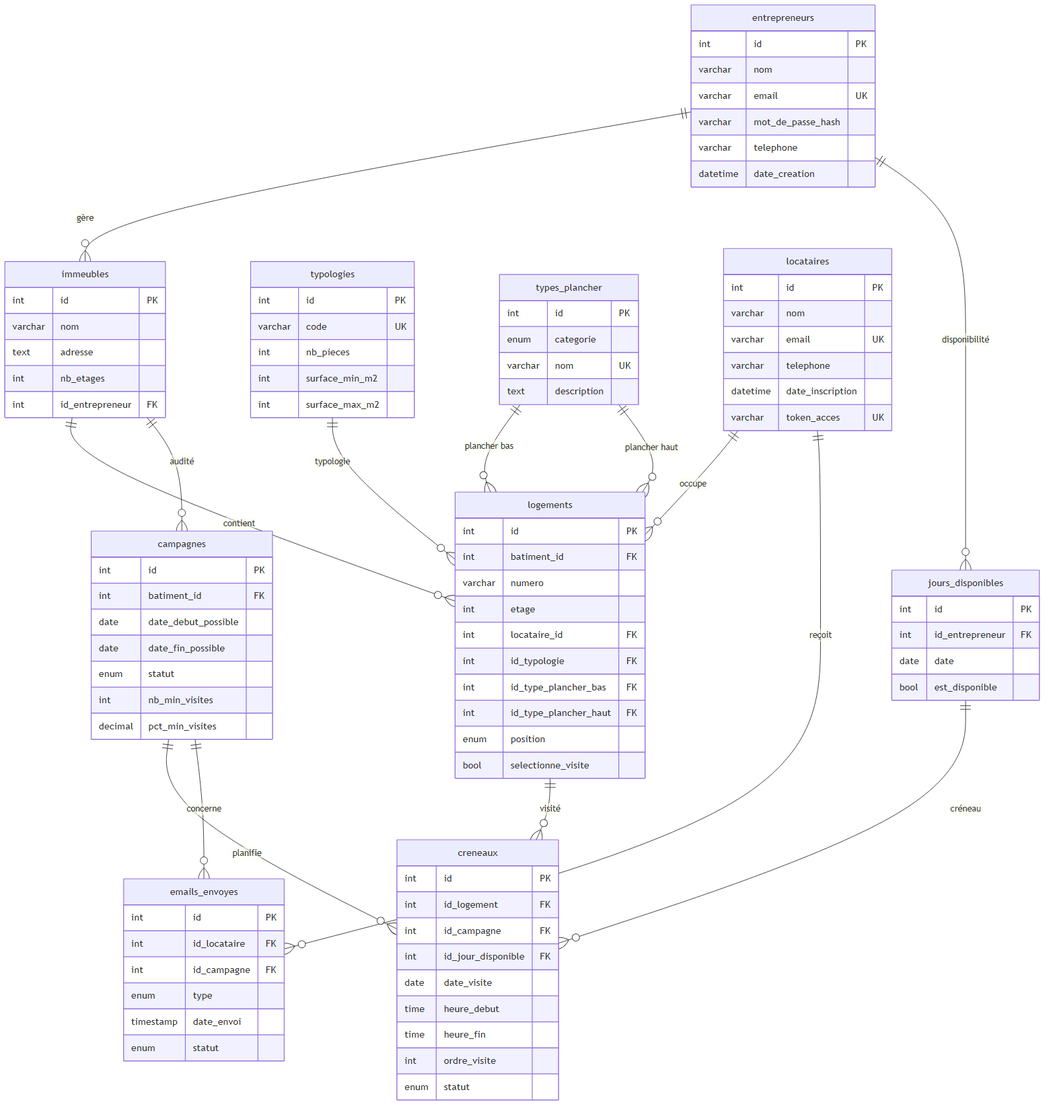
The Mermaid diagram docs/mld.png in Satoruhali/projet-audit-energetique, before a commit. Its source is kept beside it as docs/mld.mmd. Its diagram source:
```mermaid
erDiagram
    entrepreneurs ||--o{ immeubles : "gère"
    immeubles ||--o{ logements : "contient"
    immeubles ||--o{ campagnes : "audité"
    typologies ||--o{ logements : "typologie"
    types_plancher ||--o{ logements : "plancher bas"
    types_plancher ||--o{ logements : "plancher haut"
    locataires ||--o{ logements : "occupe"
    locataires ||--o{ emails_envoyes : "reçoit"
    campagnes ||--o{ creneaux : "planifie"
    campagnes ||--o{ emails_envoyes : "concerne"
    logements ||--o{ creneaux : "visité"
    entrepreneurs ||--o{ jours_disponibles : "disponibilité"
    jours_disponibles ||--o{ creneaux : "créneau"

    entrepreneurs {
        int id PK
        varchar nom
        varchar email UK
        varchar mot_de_passe_hash
        varchar telephone
        datetime date_creation
    }

    locataires {
        int id PK
        varchar nom
        varchar email UK
        varchar telephone
        datetime date_inscription
        varchar token_acces UK
    }

    immeubles {
        int id PK
        varchar nom
        text adresse
        int nb_etages
        int id_entrepreneur FK
    }

    typologies {
        int id PK
        varchar code UK
        int nb_pieces
        int surface_min_m2
        int surface_max_m2
    }

    types_plancher {
        int id PK
        enum categorie
        varchar nom UK
        text description
    }

    logements {
        int id PK
        int batiment_id FK
        varchar numero
        int etage
        int locataire_id FK
        int id_typologie FK
        int id_type_plancher_bas FK
        int id_type_plancher_haut FK
        enum position
        bool selectionne_visite
    }

    campagnes {
        int id PK
        int batiment_id FK
        date date_debut_possible
        date date_fin_possible
        enum statut
        int nb_min_visites
        decimal pct_min_visites
    }

    jours_disponibles {
        int id PK
        int id_entrepreneur FK
        date date
        bool est_disponible
    }

    creneaux {
        int id PK
        int id_logement FK
        int id_campagne FK
        int id_jour_disponible FK
        date date_visite
        time heure_debut
        time heure_fin
        int ordre_visite
        enum statut
    }

    emails_envoyes {
        int id PK
        int id_locataire FK
        int id_campagne FK
        enum type
        timestamp date_envoi
        enum statut
    }
```
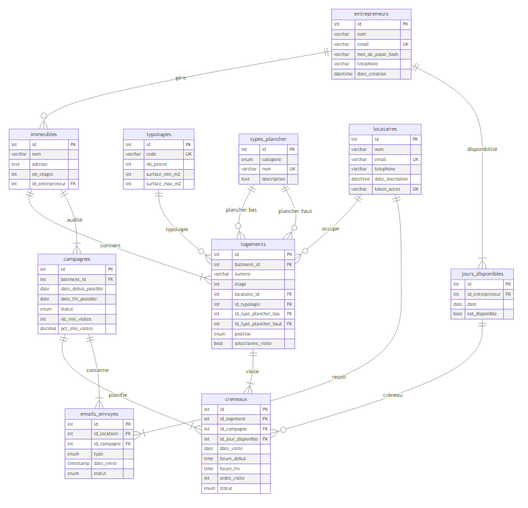
Later version of the same file.

Diff of the diagram source:
```diff
@@ -1,16 +1,16 @@
 erDiagram
     entrepreneurs ||--o{ immeubles : "gère"
-    immeubles ||--o{ logements : "contient"
-    immeubles ||--o{ campagnes : "audité"
+    immeubles ||--|{ logements : "contient"
+    immeubles ||--|{ campagnes : "audité"
     typologies ||--o{ logements : "typologie"
     types_plancher ||--o{ logements : "plancher bas"
     types_plancher ||--o{ logements : "plancher haut"
     locataires ||--o{ logements : "occupe"
-    locataires ||--o{ emails_envoyes : "reçoit"
-    campagnes ||--o{ creneaux : "planifie"
-    campagnes ||--o{ emails_envoyes : "concerne"
-    logements ||--o{ creneaux : "visité"
-    entrepreneurs ||--o{ jours_disponibles : "disponibilité"
+    locataires ||--|{ emails_envoyes : "reçoit"
+    campagnes ||--|{ creneaux : "planifie"
+    campagnes ||--|{ emails_envoyes : "concerne"
+    logements ||--|{ creneaux : "visité"
+    entrepreneurs ||--|{ jours_disponibles : "disponibilité"
     jours_disponibles ||--o{ creneaux : "créneau"
 
     entrepreneurs {
```
